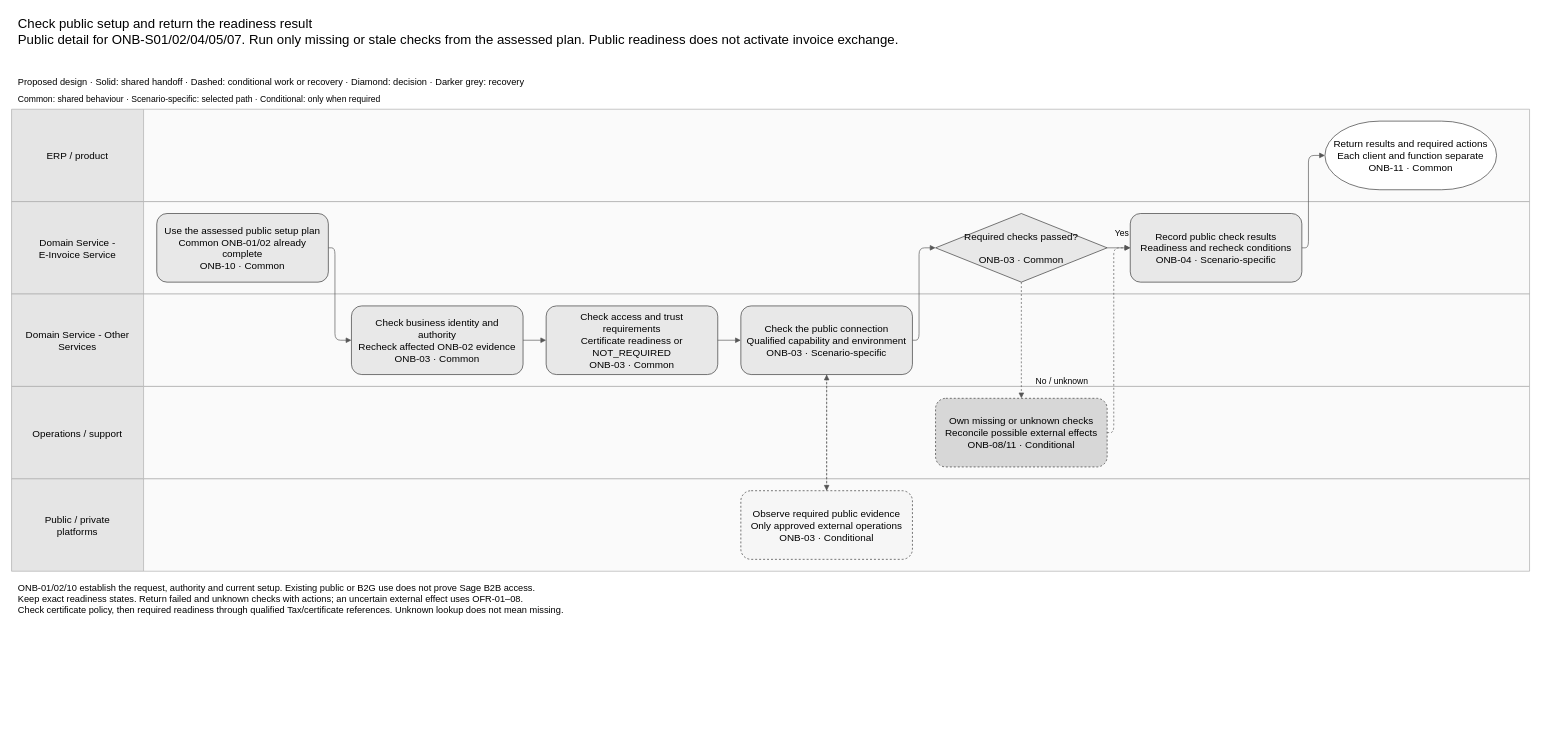
Above: assets/diagrams/onboarding-public-readiness-process.drawio in jiaxinhe0709/pm_second_brain (draw.io), before the change. Source tidied: cells renumbered, new cells numbered last; positions are measured from the earlier drawing's top-left corner, leaving out a move shared by most shapes. Both pictures are drawn from the tidied source at 66%, with x=0, y=0 at pixel (11, 11).
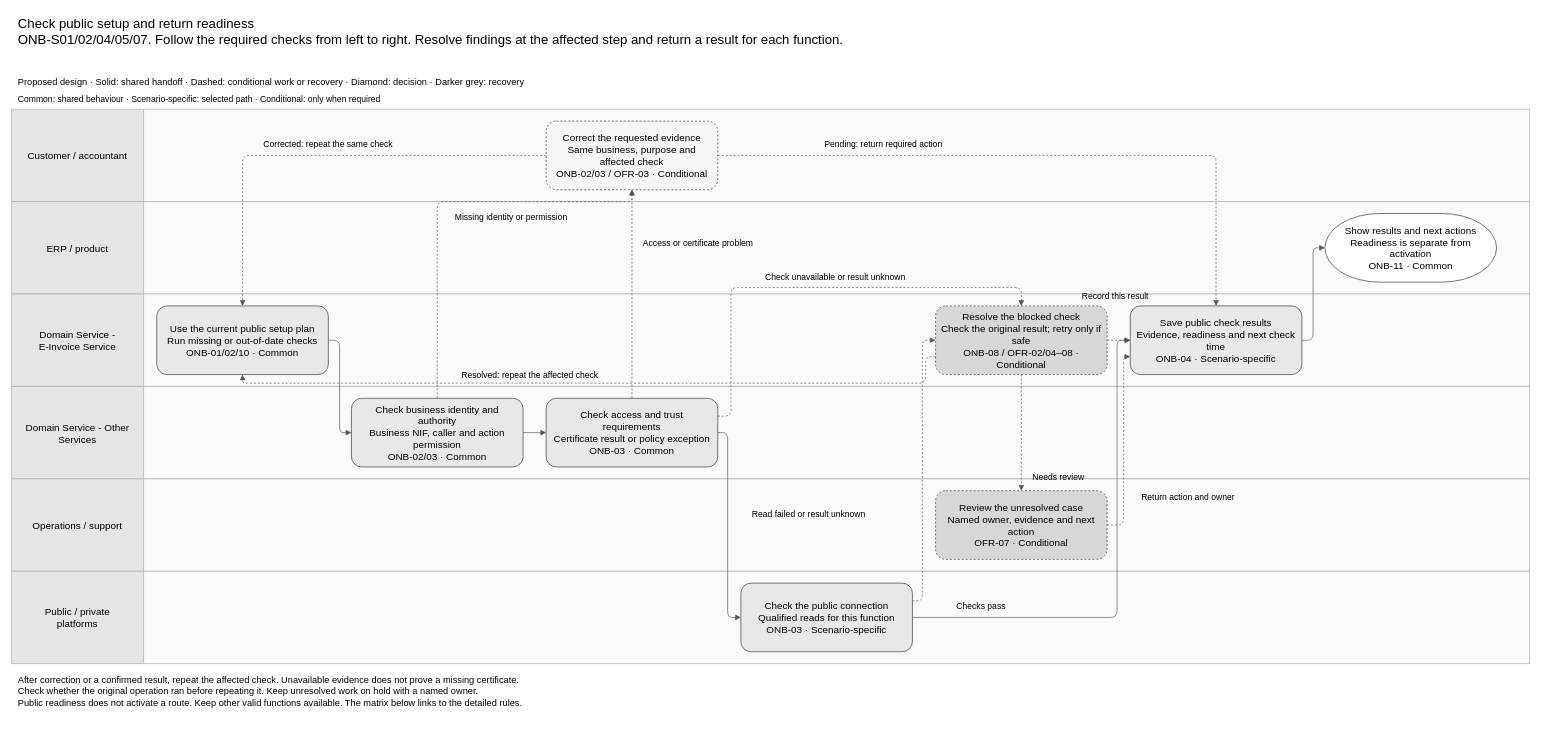
The same diagram, later.

The edit, as a diff of the source:
```diff
@@
-    <mxCell id="2" value="Check public setup and return the readiness result&#10;Public detail for ONB-S01/02/04/05/07. Run only missing or stale checks from the assessed plan. Public readiness does not activate invoice exchange." style="text;whiteSpace=wrap;html=0;align=left;fontSize=20;" parent="1" vertex="1">
+    <mxCell id="2" value="Check public setup and return readiness&#10;ONB-S01/02/04/05/07. Follow the required checks from left to right. Resolve findings at the affected step and return a result for each function." style="text;whiteSpace=wrap;html=0;align=left;fontSize=20;" parent="1" vertex="1">
       <mxGeometry x="8" width="2284" height="95" as="geometry" />
     </mxCell>
@@
-    <mxCell id="5" value="ERP / product" style="swimlane;horizontal=0;noLabel=1;startSize=200;html=0;fillColor=#e5e5e5;swimlaneFillColor=#fafafa;strokeColor=#aaaaaa;" parent="1" vertex="1">
+    <mxCell id="5" value="Customer / accountant" style="swimlane;horizontal=0;noLabel=1;startSize=200;html=0;fillColor=#e5e5e5;swimlaneFillColor=#fafafa;strokeColor=#aaaaaa;" parent="1" vertex="1">
       <mxGeometry y="148" width="2300" height="140" as="geometry" />
     </mxCell>
-    <mxCell id="6" value="ERP / product" style="text;html=0;align=center;verticalAlign=middle;fontSize=15;" parent="1" vertex="1">
+    <mxCell id="6" value="Customer / accountant" style="text;html=0;align=center;verticalAlign=middle;fontSize=15;" parent="1" vertex="1">
       <mxGeometry x="10" y="148" width="180" height="140" as="geometry" />
     </mxCell>
-    <mxCell id="7" value="Domain Service - E-Invoice Service" style="swimlane;horizontal=0;noLabel=1;startSize=200;html=0;fillColor=#e5e5e5;swimlaneFillColor=#fafafa;strokeColor=#aaaaaa;" parent="1" vertex="1">
+    <mxCell id="7" value="ERP / product" style="swimlane;horizontal=0;noLabel=1;startSize=200;html=0;fillColor=#e5e5e5;swimlaneFillColor=#fafafa;strokeColor=#aaaaaa;" parent="1" vertex="1">
       <mxGeometry y="288" width="2300" height="140" as="geometry" />
     </mxCell>
-    <mxCell id="8" value="Domain Service -&#10;E-Invoice Service" style="text;html=0;align=center;verticalAlign=middle;fontSize=15;" parent="1" vertex="1">
+    <mxCell id="8" value="ERP / product" style="text;html=0;align=center;verticalAlign=middle;fontSize=15;" parent="1" vertex="1">
       <mxGeometry x="10" y="288" width="180" height="140" as="geometry" />
     </mxCell>
-    <mxCell id="9" value="Domain Service - Other Services" style="swimlane;horizontal=0;noLabel=1;startSize=200;html=0;fillColor=#e5e5e5;swimlaneFillColor=#fafafa;strokeColor=#aaaaaa;" parent="1" vertex="1">
+    <mxCell id="9" value="Domain Service - E-Invoice Service" style="swimlane;horizontal=0;noLabel=1;startSize=200;html=0;fillColor=#e5e5e5;swimlaneFillColor=#fafafa;strokeColor=#aaaaaa;" parent="1" vertex="1">
       <mxGeometry y="428" width="2300" height="140" as="geometry" />
     </mxCell>
-    <mxCell id="10" value="Domain Service - Other&#10;Services" style="text;html=0;align=center;verticalAlign=middle;fontSize=15;" parent="1" vertex="1">
+    <mxCell id="10" value="Domain Service -&#10;E-Invoice Service" style="text;html=0;align=center;verticalAlign=middle;fontSize=15;" parent="1" vertex="1">
       <mxGeometry x="10" y="428" width="180" height="140" as="geometry" />
     </mxCell>
-    <mxCell id="11" value="Operations / support" style="swimlane;horizontal=0;noLabel=1;startSize=200;html=0;fillColor=#e5e5e5;swimlaneFillColor=#fafafa;strokeColor=#aaaaaa;" parent="1" vertex="1">
+    <mxCell id="11" value="Domain Service - Other Services" style="swimlane;horizontal=0;noLabel=1;startSize=200;html=0;fillColor=#e5e5e5;swimlaneFillColor=#fafafa;strokeColor=#aaaaaa;" parent="1" vertex="1">
       <mxGeometry y="568" width="2300" height="140" as="geometry" />
     </mxCell>
-    <mxCell id="12" value="Operations / support" style="text;html=0;align=center;verticalAlign=middle;fontSize=15;" parent="1" vertex="1">
+    <mxCell id="12" value="Domain Service - Other&#10;Services" style="text;html=0;align=center;verticalAlign=middle;fontSize=15;" parent="1" vertex="1">
       <mxGeometry x="10" y="568" width="180" height="140" as="geometry" />
     </mxCell>
-    <mxCell id="13" value="Public / private platforms" style="swimlane;horizontal=0;noLabel=1;startSize=200;html=0;fillColor=#e5e5e5;swimlaneFillColor=#fafafa;strokeColor=#aaaaaa;" parent="1" vertex="1">
+    <mxCell id="13" value="Operations / support" style="swimlane;horizontal=0;noLabel=1;startSize=200;html=0;fillColor=#e5e5e5;swimlaneFillColor=#fafafa;strokeColor=#aaaaaa;" parent="1" vertex="1">
       <mxGeometry y="708" width="2300" height="140" as="geometry" />
     </mxCell>
-    <mxCell id="14" value="Public / private&#10;platforms" style="text;html=0;align=center;verticalAlign=middle;fontSize=15;" parent="1" vertex="1">
+    <mxCell id="14" value="Operations / support" style="text;html=0;align=center;verticalAlign=middle;fontSize=15;" parent="1" vertex="1">
       <mxGeometry x="10" y="708" width="180" height="140" as="geometry" />
     </mxCell>
+    <mxCell id="37" value="Public / private platforms" style="swimlane;horizontal=0;noLabel=1;startSize=200;html=0;fillColor=#e5e5e5;swimlaneFillColor=#fafafa;strokeColor=#aaaaaa;" parent="1" vertex="1">
+      <mxGeometry y="848" width="2300" height="140" as="geometry" />
+    </mxCell>
+    <mxCell id="38" value="Public / private&#10;platforms" style="text;html=0;align=center;verticalAlign=middle;fontSize=15;" parent="1" vertex="1">
+      <mxGeometry x="10" y="848" width="180" height="140" as="geometry" />
+    </mxCell>
-    <mxCell id="15" value="Use the assessed public setup plan&#10;Common ONB-01/02 already complete&#10;ONB-10 · Common" style="rounded=1;whiteSpace=wrap;html=0;fontSize=15;fillColor=#e8e8e8;strokeColor=#333333;spacing=8;" parent="1" vertex="1">
-      <mxGeometry x="220" y="306" width="260" height="104" as="geometry" />
+    <mxCell id="15" value="Use the current public setup plan&#10;Run missing or out-of-date checks&#10;ONB-01/02/10 · Common" style="rounded=1;whiteSpace=wrap;html=0;fontSize=15;fillColor=#e8e8e8;strokeColor=#333333;spacing=8;" parent="1" vertex="1">
+      <mxGeometry x="220" y="446" width="260" height="104" as="geometry" />
     </mxCell>
-    <mxCell id="16" value="Check business identity and authority&#10;Recheck affected ONB-02 evidence&#10;ONB-03 · Common" style="rounded=1;whiteSpace=wrap;html=0;fontSize=15;fillColor=#e8e8e8;strokeColor=#333333;spacing=8;" parent="1" vertex="1">
-      <mxGeometry x="515" y="446" width="260" height="104" as="geometry" />
-    </mxCell>
+    <mxCell id="39" value="Check business identity and authority&#10;Business NIF, caller and action permission&#10;ONB-02/03 · Common" style="rounded=1;whiteSpace=wrap;html=0;fontSize=15;fillColor=#e8e8e8;strokeColor=#333333;spacing=8;" parent="1" vertex="1">
+      <mxGeometry x="515" y="586" width="260" height="104" as="geometry" />
+    </mxCell>
-    <mxCell id="17" value="Check access and trust requirements&#10;Certificate readiness or NOT_REQUIRED&#10;ONB-03 · Common" style="rounded=1;whiteSpace=wrap;html=0;fontSize=15;fillColor=#e8e8e8;strokeColor=#333333;spacing=8;" parent="1" vertex="1">
-      <mxGeometry x="810" y="446" width="260" height="104" as="geometry" />
+    <mxCell id="17" value="Check access and trust requirements&#10;Certificate result or policy exception&#10;ONB-03 · Common" style="rounded=1;whiteSpace=wrap;html=0;fontSize=15;fillColor=#e8e8e8;strokeColor=#333333;spacing=8;" parent="1" vertex="1">
+      <mxGeometry x="810" y="586" width="260" height="104" as="geometry" />
     </mxCell>
-    <mxCell id="18" value="Check the public connection&#10;Qualified capability and environment&#10;ONB-03 · Scenario-specific" style="rounded=1;whiteSpace=wrap;html=0;fontSize=15;fillColor=#e8e8e8;strokeColor=#333333;spacing=8;" parent="1" vertex="1">
-      <mxGeometry x="1105" y="446" width="260" height="104" as="geometry" />
-    </mxCell>
-    <mxCell id="19" value="Observe required public evidence&#10;Only approved external operations&#10;ONB-03 · Conditional" style="rounded=1;whiteSpace=wrap;html=0;fontSize=15;fillColor=#f6f6f6;strokeColor=#333333;spacing=8;dashed=1;" parent="1" vertex="1">
-      <mxGeometry x="1105" y="726" width="260" height="104" as="geometry" />
-    </mxCell>
-    <mxCell id="20" value="Required checks passed?&#10;&#10;ONB-03 · Common" style="rhombus;whiteSpace=wrap;html=0;fontSize=15;fillColor=#e8e8e8;strokeColor=#333333;spacing=8;" parent="1" vertex="1">
-      <mxGeometry x="1400" y="306" width="260" height="104" as="geometry" />
-    </mxCell>
+    <mxCell id="40" value="Check the public connection&#10;Qualified reads for this function&#10;ONB-03 · Scenario-specific" style="rounded=1;whiteSpace=wrap;html=0;fontSize=15;fillColor=#e8e8e8;strokeColor=#333333;spacing=8;" parent="1" vertex="1">
+      <mxGeometry x="1105" y="866" width="260" height="104" as="geometry" />
+    </mxCell>
-    <mxCell id="21" value="Record public check results&#10;Readiness and recheck conditions&#10;ONB-04 · Scenario-specific" style="rounded=1;whiteSpace=wrap;html=0;fontSize=15;fillColor=#e8e8e8;strokeColor=#333333;spacing=8;" parent="1" vertex="1">
-      <mxGeometry x="1695" y="306" width="260" height="104" as="geometry" />
+    <mxCell id="21" value="Save public check results&#10;Evidence, readiness and next check time&#10;ONB-04 · Scenario-specific" style="rounded=1;whiteSpace=wrap;html=0;fontSize=15;fillColor=#e8e8e8;strokeColor=#333333;spacing=8;" parent="1" vertex="1">
+      <mxGeometry x="1695" y="446" width="260" height="104" as="geometry" />
     </mxCell>
-    <mxCell id="22" value="Own missing or unknown checks&#10;Reconcile possible external effects&#10;ONB-08/11 · Conditional" style="rounded=1;whiteSpace=wrap;html=0;fontSize=15;fillColor=#d7d7d7;strokeColor=#333333;spacing=8;dashed=1;" parent="1" vertex="1">
-      <mxGeometry x="1400" y="586" width="260" height="104" as="geometry" />
-    </mxCell>
-    <mxCell id="23" value="Return results and required actions&#10;Each client and function separate&#10;ONB-11 · Common" style="rounded=1;arcSize=80;whiteSpace=wrap;html=0;fontSize=15;fillColor=#ffffff;strokeColor=#333333;spacing=8;" parent="1" vertex="1">
-      <mxGeometry x="1990" y="166" width="260" height="104" as="geometry" />
+    <mxCell id="23" value="Show results and next actions&#10;Readiness is separate from activation&#10;ONB-11 · Common" style="rounded=1;arcSize=80;whiteSpace=wrap;html=0;fontSize=15;fillColor=#ffffff;strokeColor=#333333;spacing=8;" parent="1" vertex="1">
+      <mxGeometry x="1990" y="306" width="260" height="104" as="geometry" />
     </mxCell>
+    <mxCell id="41" value="Correct the requested evidence&#10;Same business, purpose and affected check&#10;ONB-02/03 / OFR-03 · Conditional" style="rounded=1;whiteSpace=wrap;html=0;fontSize=15;fillColor=#f6f6f6;strokeColor=#333333;spacing=8;dashed=1;" parent="1" vertex="1">
+      <mxGeometry x="810" y="166" width="260" height="104" as="geometry" />
+    </mxCell>
+    <mxCell id="42" value="Resolve the blocked check&#10;Check the original result; retry only if safe&#10;ONB-08 / OFR-02/04–08 · Conditional" style="rounded=1;whiteSpace=wrap;html=0;fontSize=15;fillColor=#d7d7d7;strokeColor=#333333;spacing=8;dashed=1;" parent="1" vertex="1">
+      <mxGeometry x="1400" y="446" width="260" height="104" as="geometry" />
+    </mxCell>
+    <mxCell id="43" value="Review the unresolved case&#10;Named owner, evidence and next action&#10;OFR-07 · Conditional" style="rounded=1;whiteSpace=wrap;html=0;fontSize=15;fillColor=#d7d7d7;strokeColor=#333333;spacing=8;dashed=1;" parent="1" vertex="1">
+      <mxGeometry x="1400" y="726" width="260" height="104" as="geometry" />
+    </mxCell>
-    <mxCell id="24" style="edgeStyle=none;endArrow=block;strokeColor=#555555;exitX=1.0;exitY=0.5;entryX=0.0;entryY=0.5;" parent="1" edge="1" source="15" target="16">
+    <mxCell id="24" style="edgeStyle=none;endArrow=block;strokeColor=#555555;exitX=1.0;exitY=0.5;entryX=0.0;entryY=0.5;" parent="1" edge="1" source="15" target="39">
       <mxGeometry relative="1" as="geometry">
         <Array as="points">
-          <mxPoint x="490" y="358" />
-          <mxPoint x="490" y="498" />
+          <mxPoint x="497" y="498" />
+          <mxPoint x="497" y="638" />
         </Array>
       </mxGeometry>
     </mxCell>
-    <mxCell id="25" style="edgeStyle=none;endArrow=block;strokeColor=#555555;exitX=1.0;exitY=0.5;entryX=0.0;entryY=0.5;" parent="1" edge="1" source="16" target="17">
+    <mxCell id="25" style="edgeStyle=none;endArrow=block;strokeColor=#555555;exitX=1.0;exitY=0.5;entryX=0.0;entryY=0.5;" parent="1" edge="1" source="39" target="17">
       <mxGeometry relative="1" as="geometry" />
     </mxCell>
-    <mxCell id="26" style="edgeStyle=none;endArrow=block;strokeColor=#555555;exitX=1.0;exitY=0.5;entryX=0.0;entryY=0.5;" parent="1" edge="1" source="17" target="18">
-      <mxGeometry relative="1" as="geometry" />
+    <mxCell id="26" style="edgeStyle=none;endArrow=block;strokeColor=#555555;exitX=1.0;exitY=0.5;entryX=0.0;entryY=0.5;" parent="1" edge="1" source="17" target="40">
+      <mxGeometry relative="1" as="geometry">
+        <Array as="points">
+          <mxPoint x="1085" y="638" />
+          <mxPoint x="1085" y="918" />
+        </Array>
+      </mxGeometry>
     </mxCell>
-    <mxCell id="27" style="edgeStyle=none;endArrow=block;strokeColor=#555555;exitX=0.5;exitY=1.0;entryX=0.5;entryY=0.0;dashed=1;" parent="1" edge="1" source="18" target="19">
-      <mxGeometry relative="1" as="geometry" />
+    <mxCell id="27" style="edgeStyle=none;endArrow=block;strokeColor=#555555;exitX=1.0;exitY=0.5;entryX=0.0;entryY=0.5;" parent="1" edge="1" source="40" target="21">
+      <mxGeometry relative="1" as="geometry">
+        <Array as="points">
+          <mxPoint x="1675" y="918" />
+          <mxPoint x="1675" y="498" />
+        </Array>
+      </mxGeometry>
     </mxCell>
+    <mxCell id="44" value="Checks pass" style="text;html=0;align=left;fontSize=13;" parent="1" vertex="1">
+      <mxGeometry x="1430" y="886" width="260" height="22" as="geometry" />
+    </mxCell>
-    <mxCell id="28" style="edgeStyle=none;endArrow=block;strokeColor=#555555;exitX=0.5;exitY=0.0;entryX=0.5;entryY=1.0;dashed=1;" parent="1" edge="1" source="19" target="18">
-      <mxGeometry relative="1" as="geometry" />
+    <mxCell id="28" style="edgeStyle=none;endArrow=block;strokeColor=#555555;exitX=1.0;exitY=0.5;entryX=0.0;entryY=0.5;" parent="1" edge="1" source="21" target="23">
+      <mxGeometry relative="1" as="geometry">
+        <Array as="points">
+          <mxPoint x="1972" y="498" />
+          <mxPoint x="1972" y="358" />
+        </Array>
+      </mxGeometry>
     </mxCell>
-    <mxCell id="29" style="edgeStyle=none;endArrow=block;strokeColor=#555555;exitX=1.0;exitY=0.5;entryX=0.0;entryY=0.5;" parent="1" edge="1" source="18" target="20">
+    <mxCell id="29" style="edgeStyle=none;endArrow=block;strokeColor=#555555;exitX=0.5;exitY=0.0;entryX=0.5;entryY=1.0;dashed=1;" parent="1" edge="1" source="39" target="41">
       <mxGeometry relative="1" as="geometry">
         <Array as="points">
-          <mxPoint x="1375" y="498" />
-          <mxPoint x="1375" y="358" />
+          <mxPoint x="645" y="288" />
+          <mxPoint x="940" y="288" />
         </Array>
       </mxGeometry>
     </mxCell>
+    <mxCell id="45" value="Missing identity or permission" style="text;html=0;align=left;fontSize=13;" parent="1" vertex="1">
+      <mxGeometry x="670" y="297" width="260" height="22" as="geometry" />
+    </mxCell>
-    <mxCell id="30" style="edgeStyle=none;endArrow=block;strokeColor=#555555;exitX=1.0;exitY=0.5;entryX=0.0;entryY=0.5;" parent="1" edge="1" source="20" target="21">
+    <mxCell id="30" style="edgeStyle=none;endArrow=block;strokeColor=#555555;exitX=0.5;exitY=0.0;entryX=0.5;entryY=1.0;dashed=1;" parent="1" edge="1" source="17" target="41">
       <mxGeometry relative="1" as="geometry" />
     </mxCell>
-    <mxCell id="31" value="Yes" style="text;html=0;align=left;fontSize=13;" parent="1" vertex="1">
-      <mxGeometry x="1670" y="321" width="260" height="22" as="geometry" />
+    <mxCell id="31" value="Access or certificate problem" style="text;html=0;align=left;fontSize=13;" parent="1" vertex="1">
+      <mxGeometry x="955" y="337" width="260" height="22" as="geometry" />
     </mxCell>
-    <mxCell id="32" style="edgeStyle=none;endArrow=block;strokeColor=#555555;exitX=0.5;exitY=1.0;entryX=0.5;entryY=0.0;dashed=1;" parent="1" edge="1" source="20" target="22">
-      <mxGeometry relative="1" as="geometry" />
+    <mxCell id="32" style="edgeStyle=none;endArrow=block;strokeColor=#555555;exitX=0.0;exitY=0.5;entryX=0.5;entryY=0.0;dashed=1;" parent="1" edge="1" source="41" target="15">
+      <mxGeometry relative="1" as="geometry">
+        <Array as="points">
+          <mxPoint x="350" y="218" />
+        </Array>
+      </mxGeometry>
     </mxCell>
-    <mxCell id="33" value="No / unknown" style="text;html=0;align=left;fontSize=13;" parent="1" vertex="1">
-      <mxGeometry x="1550" y="546" width="260" height="22" as="geometry" />
+    <mxCell id="33" value="Corrected: repeat the same check" style="text;html=0;align=left;fontSize=13;" parent="1" vertex="1">
+      <mxGeometry x="380" y="187" width="260" height="22" as="geometry" />
     </mxCell>
-    <mxCell id="34" style="edgeStyle=none;endArrow=block;strokeColor=#555555;exitX=1.0;exitY=0.5;entryX=0.0;entryY=0.5;dashed=1;" parent="1" edge="1" source="22" target="21">
+    <mxCell id="34" style="edgeStyle=none;endArrow=block;strokeColor=#555555;exitX=1.0;exitY=0.5;entryX=0.5;entryY=0.0;dashed=1;" parent="1" edge="1" source="41" target="21">
       <mxGeometry relative="1" as="geometry">
         <Array as="points">
-          <mxPoint x="1670" y="638" />
-          <mxPoint x="1670" y="358" />
+          <mxPoint x="1825" y="218" />
         </Array>
       </mxGeometry>
     </mxCell>
+    <mxCell id="46" value="Pending: return required action" style="text;html=0;align=left;fontSize=13;" parent="1" vertex="1">
+      <mxGeometry x="1230" y="187" width="260" height="22" as="geometry" />
+    </mxCell>
-    <mxCell id="35" style="edgeStyle=none;endArrow=block;strokeColor=#555555;exitX=1.0;exitY=0.5;entryX=0.0;entryY=0.5;" parent="1" edge="1" source="21" target="23">
+    <mxCell id="35" style="edgeStyle=none;endArrow=block;strokeColor=#555555;exitX=1.0;exitY=0.25961538461538464;entryX=0.5;entryY=0.0;dashed=1;" parent="1" edge="1" source="17" target="42">
       <mxGeometry relative="1" as="geometry">
         <Array as="points">
-          <mxPoint x="1965" y="358" />
-          <mxPoint x="1965" y="218" />
+          <mxPoint x="1090" y="613" />
+          <mxPoint x="1090" y="418" />
+          <mxPoint x="1530" y="418" />
         </Array>
       </mxGeometry>
     </mxCell>
+    <mxCell id="47" value="Check unavailable or result unknown" style="text;html=0;align=left;fontSize=13;" parent="1" vertex="1">
+      <mxGeometry x="1140" y="388" width="260" height="22" as="geometry" />
+    </mxCell>
+    <mxCell id="48" style="edgeStyle=none;endArrow=block;strokeColor=#555555;exitX=1.0;exitY=0.25961538461538464;entryX=0.0;entryY=0.5;dashed=1;" parent="1" edge="1" source="40" target="42">
+      <mxGeometry relative="1" as="geometry">
+        <Array as="points">
+          <mxPoint x="1380" y="893" />
+          <mxPoint x="1380" y="498" />
+        </Array>
+      </mxGeometry>
+    </mxCell>
+    <mxCell id="49" value="Read failed or result unknown" style="text;html=0;align=left;fontSize=13;" parent="1" vertex="1">
+      <mxGeometry x="1120" y="747" width="260" height="22" as="geometry" />
+    </mxCell>
+    <mxCell id="50" style="edgeStyle=none;endArrow=block;strokeColor=#555555;exitX=0.0;exitY=0.7403846153846154;entryX=0.5;entryY=1.0;dashed=1;" parent="1" edge="1" source="42" target="15">
+      <mxGeometry relative="1" as="geometry">
+        <Array as="points">
+          <mxPoint x="1385" y="523" />
+          <mxPoint x="1385" y="563" />
+          <mxPoint x="350" y="563" />
+        </Array>
+      </mxGeometry>
+    </mxCell>
+    <mxCell id="51" value="Resolved: repeat the affected check" style="text;html=0;align=left;fontSize=13;" parent="1" vertex="1">
+      <mxGeometry x="680" y="537" width="260" height="22" as="geometry" />
+    </mxCell>
+    <mxCell id="52" style="edgeStyle=none;endArrow=block;strokeColor=#555555;exitX=1.0;exitY=0.5;entryX=0.0;entryY=0.5;dashed=1;" parent="1" edge="1" source="42" target="21">
+      <mxGeometry relative="1" as="geometry" />
+    </mxCell>
+    <mxCell id="53" value="Record this result" style="text;html=0;align=left;fontSize=13;" parent="1" vertex="1">
+      <mxGeometry x="1620" y="417" width="260" height="22" as="geometry" />
+    </mxCell>
+    <mxCell id="54" style="edgeStyle=none;endArrow=block;strokeColor=#555555;exitX=0.5;exitY=1.0;entryX=0.5;entryY=0.0;dashed=1;" parent="1" edge="1" source="42" target="43">
+      <mxGeometry relative="1" as="geometry" />
+    </mxCell>
+    <mxCell id="55" value="Needs review" style="text;html=0;align=left;fontSize=13;" parent="1" vertex="1">
+      <mxGeometry x="1545" y="692" width="260" height="22" as="geometry" />
+    </mxCell>
+    <mxCell id="56" style="edgeStyle=none;endArrow=block;strokeColor=#555555;exitX=1.0;exitY=0.5;entryX=0.0;entryY=0.7403846153846154;dashed=1;" parent="1" edge="1" source="43" target="21">
+      <mxGeometry relative="1" as="geometry">
+        <Array as="points">
+          <mxPoint x="1685" y="778" />
+          <mxPoint x="1685" y="523" />
+        </Array>
+      </mxGeometry>
+    </mxCell>
+    <mxCell id="57" value="Return action and owner" style="text;html=0;align=left;fontSize=13;" parent="1" vertex="1">
+      <mxGeometry x="1710" y="722" width="260" height="22" as="geometry" />
+    </mxCell>
-    <mxCell id="36" value="ONB-01/02/10 establish the request, authority and current setup. Existing public or B2G use does not prove Sage B2B access.&#10;Keep exact readiness states. Return failed and unknown checks with actions; an uncertain external effect uses OFR-01–08.&#10;Check certificate policy, then required readiness through qualified Tax/certificate references. Unknown lookup does not mean missing." style="text;html=0;align=left;fontSize=14;" parent="1" vertex="1">
-      <mxGeometry x="8" y="858" width="2284" height="96" as="geometry" />
+    <mxCell id="36" value="After correction or a confirmed result, repeat the affected check. Unavailable evidence does not prove a missing certificate.&#10;Check whether the original operation ran before repeating it. Keep unresolved work on hold with a named owner.&#10;Public readiness does not activate a route. Keep other valid functions available. The matrix below links to the detailed rules." style="text;html=0;align=left;fontSize=14;" parent="1" vertex="1">
+      <mxGeometry x="8" y="998" width="2284" height="96" as="geometry" />
     </mxCell>
```
